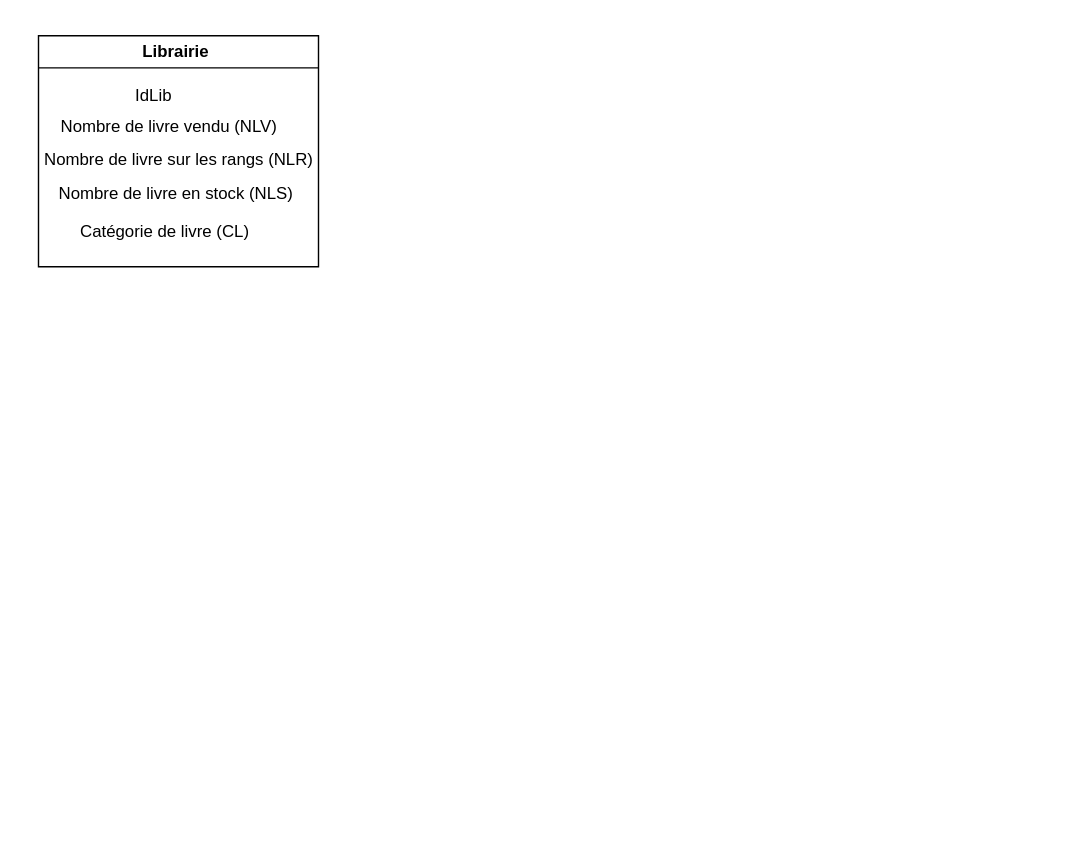
Before: Diagramme sans nom.drawio in Laioussama/BDD, a draw.io diagram. Source tidied: cells renumbered, new cells numbered last; positions are measured from the earlier drawing's top-left corner, leaving out a move shared by most shapes. Both pictures are drawn from the tidied source at 140%, with x=0, y=0 at pixel (24, 35).
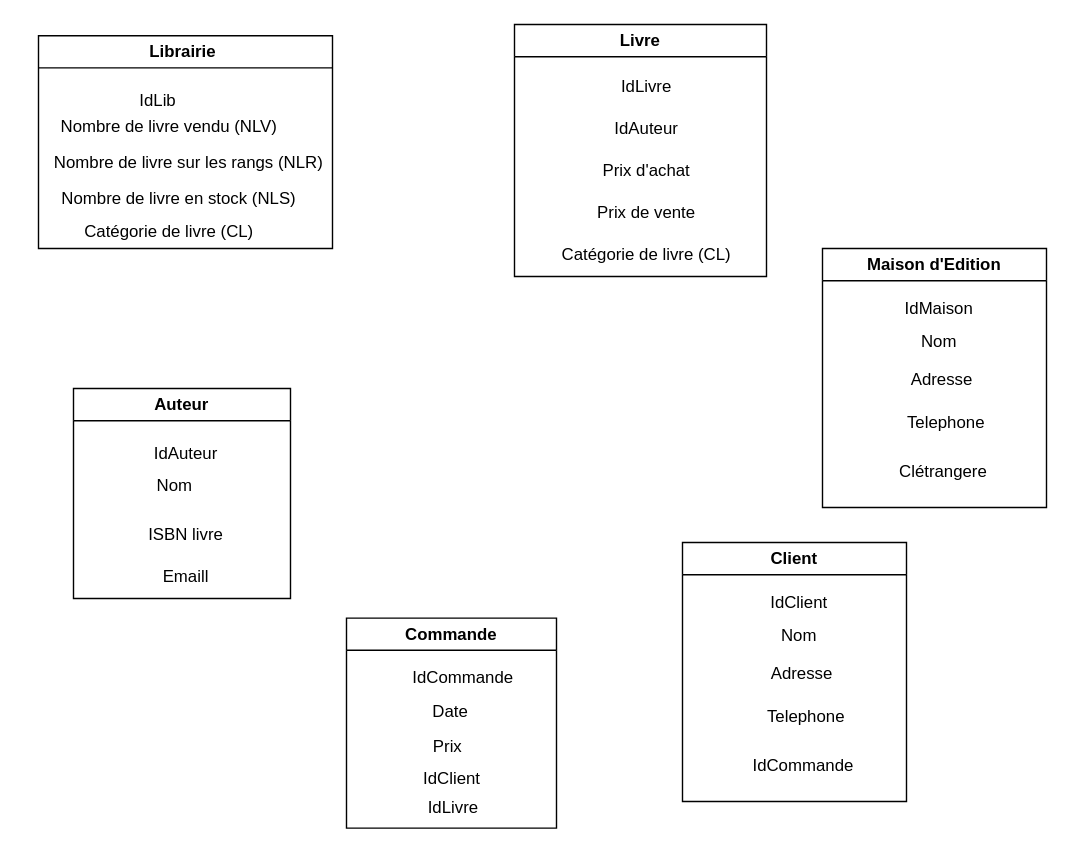
The same diagram, later.

Commit message (it also covers changes not shown here):
Mettre à jour Diagramme sans nom.drawio

The edit, as a diff of the source:
```diff
@@
     <mxCell id="2" value="&lt;p class=&quot;MsoNormal&quot;&gt;Librairie&amp;nbsp;&lt;/p&gt;" style="swimlane;whiteSpace=wrap;html=1;" parent="1" vertex="1">
-      <mxGeometry x="10" width="200" height="165" as="geometry" />
+      <mxGeometry x="10" width="210" height="152" as="geometry" />
     </mxCell>
@@
-    <mxCell id="4" value="&lt;p class=&quot;MsoNormal&quot;&gt;IdLib&lt;/p&gt;" style="text;html=1;align=center;verticalAlign=middle;strokeColor=none;fillColor=none;" parent="1" vertex="1">
-      <mxGeometry x="67" y="18" width="50" height="50" as="geometry" />
+    <mxCell id="4" value="&lt;p class=&quot;MsoNormal&quot;&gt;IdLib&lt;/p&gt;" style="text;html=1;align=center;verticalAlign=middle;strokeColor=none;fillColor=none;" parent="2" vertex="1">
+      <mxGeometry x="60" y="22" width="50" height="50" as="geometry" />
     </mxCell>
+    <mxCell id="6" value="&lt;p class=&quot;MsoNormal&quot;&gt;Nombre de livre en stock (NLS)&lt;/p&gt;" style="text;html=1;align=center;verticalAlign=middle;strokeColor=none;fillColor=none;" parent="2" vertex="1">
+      <mxGeometry x="5" y="92" width="190" height="50" as="geometry" />
+    </mxCell>
-    <mxCell id="5" value="&lt;p class=&quot;MsoNormal&quot;&gt;Nombre de livre sur les rangs (NLR)&lt;/p&gt;" style="text;html=1;align=center;verticalAlign=middle;strokeColor=none;fillColor=none;" parent="1" vertex="1">
-      <mxGeometry y="64" width="220" height="50" as="geometry" />
+    <mxCell id="5" value="&lt;p class=&quot;MsoNormal&quot;&gt;Nombre de livre sur les rangs (NLR)&lt;/p&gt;" style="text;html=1;align=center;verticalAlign=middle;strokeColor=none;fillColor=none;" parent="2" vertex="1">
+      <mxGeometry x="-3" y="66" width="220" height="50" as="geometry" />
     </mxCell>
-    <mxCell id="6" value="&lt;p class=&quot;MsoNormal&quot;&gt;Nombre de livre en stock (NLS)&lt;/p&gt;" style="text;html=1;align=center;verticalAlign=middle;strokeColor=none;fillColor=none;" parent="1" vertex="1">
-      <mxGeometry x="13" y="88" width="190" height="50" as="geometry" />
-    </mxCell>
-    <mxCell id="7" value="&lt;p class=&quot;MsoNormal&quot;&gt;Catégorie de livre (CL)&lt;/p&gt;" style="text;html=1;align=center;verticalAlign=middle;strokeColor=none;fillColor=none;" parent="1" vertex="1">
-      <mxGeometry x="30" y="115" width="140" height="50" as="geometry" />
+    <mxCell id="7" value="&lt;p class=&quot;MsoNormal&quot;&gt;Catégorie de livre (CL)&lt;/p&gt;" style="text;html=1;align=center;verticalAlign=middle;strokeColor=none;fillColor=none;" parent="2" vertex="1">
+      <mxGeometry x="23" y="115" width="140" height="50" as="geometry" />
     </mxCell>
+    <mxCell id="8" value="Livre" style="swimlane;whiteSpace=wrap;html=1;" parent="1" vertex="1">
+      <mxGeometry x="350" y="-8" width="180" height="180" as="geometry" />
+    </mxCell>
+    <mxCell id="9" value="&lt;p class=&quot;MsoNormal&quot;&gt;IdAuteur&lt;/p&gt;" style="text;html=1;align=center;verticalAlign=middle;strokeColor=none;fillColor=none;" parent="8" vertex="1">
+      <mxGeometry x="59" y="50" width="70" height="50" as="geometry" />
+    </mxCell>
+    <mxCell id="10" value="&lt;p class=&quot;MsoNormal&quot;&gt;IdLivre&lt;/p&gt;" style="text;html=1;align=center;verticalAlign=middle;strokeColor=none;fillColor=none;" parent="8" vertex="1">
+      <mxGeometry x="64" y="20" width="60" height="50" as="geometry" />
+    </mxCell>
+    <mxCell id="11" value="&lt;p class=&quot;MsoNormal&quot;&gt;Prix de vente&lt;/p&gt;" style="text;html=1;align=center;verticalAlign=middle;strokeColor=none;fillColor=none;" parent="8" vertex="1">
+      <mxGeometry x="49" y="110" width="90" height="50" as="geometry" />
+    </mxCell>
+    <mxCell id="12" value="&lt;p class=&quot;MsoNormal&quot;&gt;Prix d'achat&lt;/p&gt;" style="text;html=1;align=center;verticalAlign=middle;strokeColor=none;fillColor=none;" parent="8" vertex="1">
+      <mxGeometry x="49" y="80" width="90" height="50" as="geometry" />
+    </mxCell>
+    <mxCell id="13" value="&lt;p class=&quot;MsoNormal&quot;&gt;Catégorie de livre (CL)&lt;/p&gt;" style="text;html=1;align=center;verticalAlign=middle;strokeColor=none;fillColor=none;" parent="8" vertex="1">
+      <mxGeometry x="24" y="140" width="140" height="50" as="geometry" />
+    </mxCell>
+    <mxCell id="14" value="Auteur" style="swimlane;whiteSpace=wrap;html=1;" parent="1" vertex="1">
+      <mxGeometry x="35" y="252" width="155" height="150" as="geometry" />
+    </mxCell>
+    <mxCell id="15" value="&lt;p class=&quot;MsoNormal&quot;&gt;IdAuteur&lt;/p&gt;" style="text;html=1;align=center;verticalAlign=middle;strokeColor=none;fillColor=none;" parent="14" vertex="1">
+      <mxGeometry x="45" y="22" width="70" height="50" as="geometry" />
+    </mxCell>
+    <mxCell id="16" value="&lt;p class=&quot;MsoNormal&quot;&gt;ISBN livre&lt;/p&gt;" style="text;html=1;align=center;verticalAlign=middle;strokeColor=none;fillColor=none;" parent="14" vertex="1">
+      <mxGeometry x="40" y="80" width="80" height="50" as="geometry" />
+    </mxCell>
+    <mxCell id="17" value="&lt;p class=&quot;MsoNormal&quot;&gt;Nom&lt;/p&gt;" style="text;html=1;align=center;verticalAlign=middle;strokeColor=none;fillColor=none;" parent="14" vertex="1">
+      <mxGeometry x="47" y="45" width="50" height="50" as="geometry" />
+    </mxCell>
+    <mxCell id="18" value="&lt;p class=&quot;MsoNormal&quot;&gt;Emaill&lt;/p&gt;" style="text;html=1;align=center;verticalAlign=middle;strokeColor=none;fillColor=none;" parent="14" vertex="1">
+      <mxGeometry x="50" y="110" width="60" height="50" as="geometry" />
+    </mxCell>
+    <mxCell id="19" value="Commande" style="swimlane;whiteSpace=wrap;html=1;" parent="1" vertex="1">
+      <mxGeometry x="230" y="416" width="150" height="150" as="geometry" />
+    </mxCell>
+    <mxCell id="20" value="&lt;p class=&quot;MsoNormal&quot;&gt;IdCommande&lt;/p&gt;" style="text;html=1;align=center;verticalAlign=middle;strokeColor=none;fillColor=none;" parent="19" vertex="1">
+      <mxGeometry x="33" y="18" width="100" height="50" as="geometry" />
+    </mxCell>
+    <mxCell id="21" value="&lt;p class=&quot;MsoNormal&quot;&gt;Prix&lt;/p&gt;" style="text;html=1;align=center;verticalAlign=middle;strokeColor=none;fillColor=none;" parent="19" vertex="1">
+      <mxGeometry x="52" y="67" width="40" height="50" as="geometry" />
+    </mxCell>
+    <mxCell id="22" value="&lt;p class=&quot;MsoNormal&quot;&gt;Date&lt;/p&gt;" style="text;html=1;align=center;verticalAlign=middle;strokeColor=none;fillColor=none;" parent="19" vertex="1">
+      <mxGeometry x="49" y="42" width="50" height="50" as="geometry" />
+    </mxCell>
+    <mxCell id="23" value="&lt;p class=&quot;MsoNormal&quot;&gt;IdClient&lt;/p&gt;" style="text;html=1;align=center;verticalAlign=middle;strokeColor=none;fillColor=none;" parent="19" vertex="1">
+      <mxGeometry x="45" y="90" width="60" height="50" as="geometry" />
+    </mxCell>
+    <mxCell id="24" value="&lt;p class=&quot;MsoNormal&quot;&gt;IdLivre&lt;/p&gt;" style="text;html=1;align=center;verticalAlign=middle;strokeColor=none;fillColor=none;" parent="19" vertex="1">
+      <mxGeometry x="46" y="111" width="60" height="50" as="geometry" />
+    </mxCell>
+    <mxCell id="25" value="Client" style="swimlane;whiteSpace=wrap;html=1;" parent="1" vertex="1">
+      <mxGeometry x="470" y="362" width="160" height="185" as="geometry" />
+    </mxCell>
+    <mxCell id="26" value="&lt;p class=&quot;MsoNormal&quot;&gt;IdClient&lt;/p&gt;" style="text;html=1;align=center;verticalAlign=middle;strokeColor=none;fillColor=none;" parent="25" vertex="1">
+      <mxGeometry x="53" y="18" width="60" height="50" as="geometry" />
+    </mxCell>
+    <mxCell id="27" value="&lt;p class=&quot;MsoNormal&quot;&gt;Adresse&lt;/p&gt;" style="text;html=1;align=center;verticalAlign=middle;strokeColor=none;fillColor=none;" parent="25" vertex="1">
+      <mxGeometry x="50" y="69" width="70" height="50" as="geometry" />
+    </mxCell>
+    <mxCell id="28" value="&lt;p class=&quot;MsoNormal&quot;&gt;Nom&lt;/p&gt;" style="text;html=1;align=center;verticalAlign=middle;strokeColor=none;fillColor=none;" parent="25" vertex="1">
+      <mxGeometry x="58" y="42" width="50" height="50" as="geometry" />
+    </mxCell>
+    <mxCell id="29" value="&lt;p class=&quot;MsoNormal&quot;&gt;Telephone&lt;/p&gt;" style="text;html=1;align=center;verticalAlign=middle;strokeColor=none;fillColor=none;" parent="25" vertex="1">
+      <mxGeometry x="48" y="100" width="80" height="50" as="geometry" />
+    </mxCell>
+    <mxCell id="30" value="&lt;p class=&quot;MsoNormal&quot;&gt;IdCommande&lt;/p&gt;" style="text;html=1;align=center;verticalAlign=middle;strokeColor=none;fillColor=none;" parent="25" vertex="1">
+      <mxGeometry x="36" y="135" width="100" height="50" as="geometry" />
+    </mxCell>
+    <mxCell id="31" value="Maison d'Edition" style="swimlane;whiteSpace=wrap;html=1;" parent="1" vertex="1">
+      <mxGeometry x="570" y="152" width="160" height="185" as="geometry" />
+    </mxCell>
+    <mxCell id="32" value="&lt;p class=&quot;MsoNormal&quot;&gt;IdMaison&lt;/p&gt;" style="text;html=1;align=center;verticalAlign=middle;strokeColor=none;fillColor=none;" parent="31" vertex="1">
+      <mxGeometry x="48" y="18" width="70" height="50" as="geometry" />
+    </mxCell>
+    <mxCell id="33" value="&lt;p class=&quot;MsoNormal&quot;&gt;Adresse&lt;/p&gt;" style="text;html=1;align=center;verticalAlign=middle;strokeColor=none;fillColor=none;" parent="31" vertex="1">
+      <mxGeometry x="50" y="69" width="70" height="50" as="geometry" />
+    </mxCell>
+    <mxCell id="34" value="&lt;p class=&quot;MsoNormal&quot;&gt;Nom&lt;/p&gt;" style="text;html=1;align=center;verticalAlign=middle;strokeColor=none;fillColor=none;" parent="31" vertex="1">
+      <mxGeometry x="58" y="42" width="50" height="50" as="geometry" />
+    </mxCell>
+    <mxCell id="35" value="&lt;p class=&quot;MsoNormal&quot;&gt;Telephone&lt;/p&gt;" style="text;html=1;align=center;verticalAlign=middle;strokeColor=none;fillColor=none;" parent="31" vertex="1">
+      <mxGeometry x="48" y="100" width="80" height="50" as="geometry" />
+    </mxCell>
+    <mxCell id="36" value="&lt;p class=&quot;MsoNormal&quot;&gt;Clétrangere&lt;/p&gt;" style="text;html=1;align=center;verticalAlign=middle;strokeColor=none;fillColor=none;" parent="31" vertex="1">
+      <mxGeometry x="41" y="135" width="90" height="50" as="geometry" />
+    </mxCell>
```
